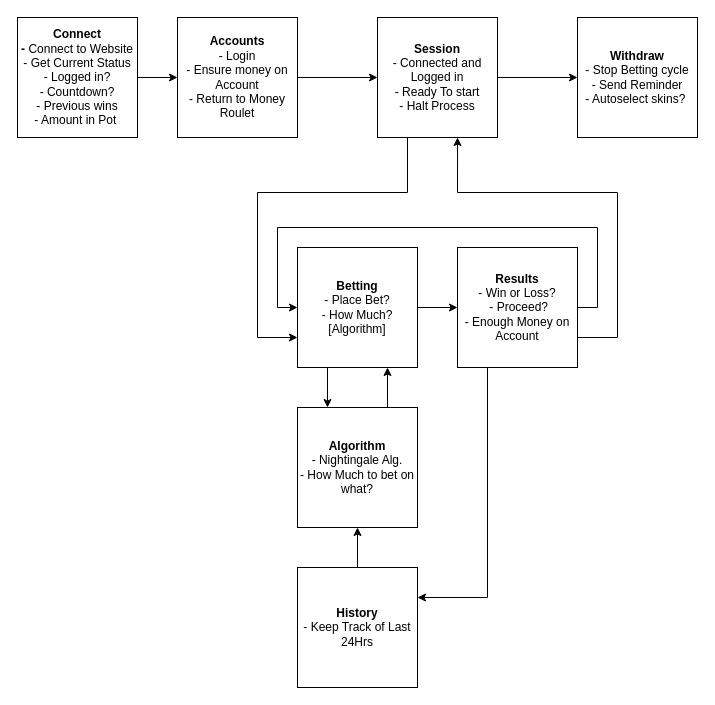
ToastedTiger/Shutoff_Bot keeps this draw.io diagram as Functional Overview/Shutoff_Bot_Overview.drawio. Above is the earlier version. Source tidied: cells renumbered, new cells numbered last; positions are measured from the earlier drawing's top-left corner, leaving out a move shared by most shapes. Both pictures are drawn from the tidied source at 100%, with x=0, y=0 at pixel (17, 17).
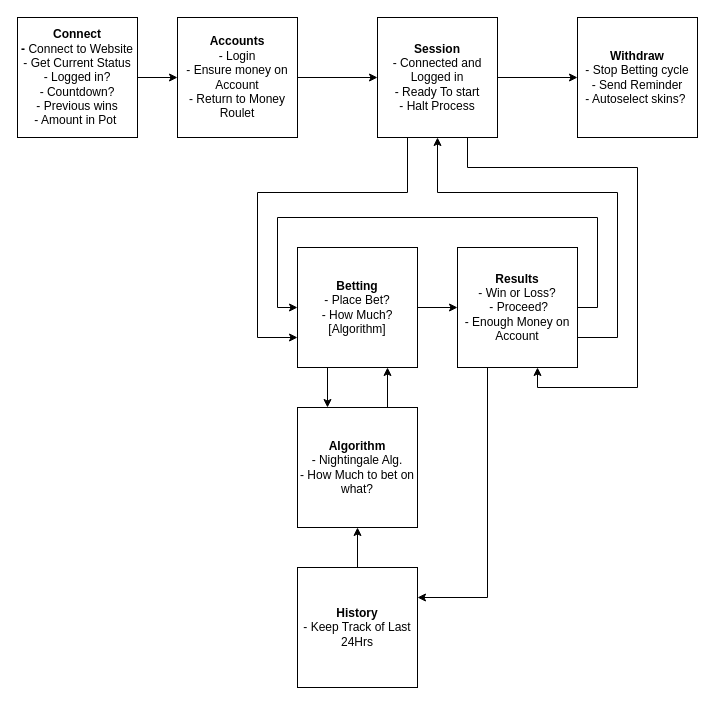
The same diagram, later.

Unchanged cells that the change refers to:
```xml
<mxCell id="10" value="&lt;b&gt;Betting&lt;/b&gt;&lt;br&gt;- Place Bet?&lt;br&gt;- How Much?[Algorithm]" style="rounded=0;whiteSpace=wrap;html=1;" parent="1" vertex="1">
  <mxGeometry x="280" y="230" width="120" height="120" as="geometry" />
</mxCell>
<mxCell id="15" value="&lt;b&gt;Results&lt;/b&gt;&lt;br&gt;- Win or Loss?&lt;br&gt;&amp;nbsp;- Proceed?&lt;br&gt;- Enough Money on Account" style="rounded=0;whiteSpace=wrap;html=1;" parent="1" vertex="1">
  <mxGeometry x="440" y="230" width="120" height="120" as="geometry" />
</mxCell>
<mxCell id="20" value="&lt;b&gt;Session&lt;/b&gt;&lt;br&gt;- Connected and Logged in&lt;br&gt;- Ready To start&lt;br&gt;- Halt Process" style="rounded=0;whiteSpace=wrap;html=1;" parent="1" vertex="1">
  <mxGeometry x="360" width="120" height="120" as="geometry" />
</mxCell>
```

Change to the diagram source:
```diff
@@
     <mxCell id="13" style="edgeStyle=orthogonalEdgeStyle;rounded=0;jettySize=auto;html=1;exitX=1;exitY=0.5;exitDx=0;exitDy=0;entryX=0;entryY=0.5;entryDx=0;entryDy=0;" parent="1" edge="1" source="15" target="10">
       <mxGeometry relative="1" as="geometry">
         <Array as="points">
           <mxPoint x="580" y="290" />
-          <mxPoint x="580" y="210" />
-          <mxPoint x="260" y="210" />
+          <mxPoint x="580" y="200" />
+          <mxPoint x="260" y="200" />
           <mxPoint x="260" y="290" />
         </Array>
       </mxGeometry>
     </mxCell>
-    <mxCell id="14" style="edgeStyle=orthogonalEdgeStyle;rounded=0;jettySize=auto;html=1;exitX=1;exitY=0.75;exitDx=0;exitDy=0;entryX=0.667;entryY=1;entryDx=0;entryDy=0;entryPerimeter=0;" parent="1" edge="1" source="15" target="20">
+    <mxCell id="14" style="edgeStyle=orthogonalEdgeStyle;rounded=0;jettySize=auto;html=1;exitX=1;exitY=0.75;exitDx=0;exitDy=0;entryX=0.5;entryY=1;entryDx=0;entryDy=0;" parent="1" edge="1" source="15" target="20">
       <mxGeometry relative="1" as="geometry">
         <Array as="points">
           <mxPoint x="600" y="320" />
           <mxPoint x="600" y="175" />
-          <mxPoint x="440" y="175" />
+          <mxPoint x="420" y="175" />
         </Array>
       </mxGeometry>
     </mxCell>
@@
+    <mxCell id="21" style="edgeStyle=orthogonalEdgeStyle;rounded=0;jettySize=auto;html=1;exitX=0.75;exitY=1;exitDx=0;exitDy=0;" parent="1" edge="1" source="20">
+      <mxGeometry relative="1" as="geometry">
+        <mxPoint x="520" y="350" as="targetPoint" />
+        <Array as="points">
+          <mxPoint x="450" y="150" />
+          <mxPoint x="620" y="150" />
+          <mxPoint x="620" y="370" />
+          <mxPoint x="520" y="370" />
+          <mxPoint x="520" y="350" />
+        </Array>
+      </mxGeometry>
+    </mxCell>
```
